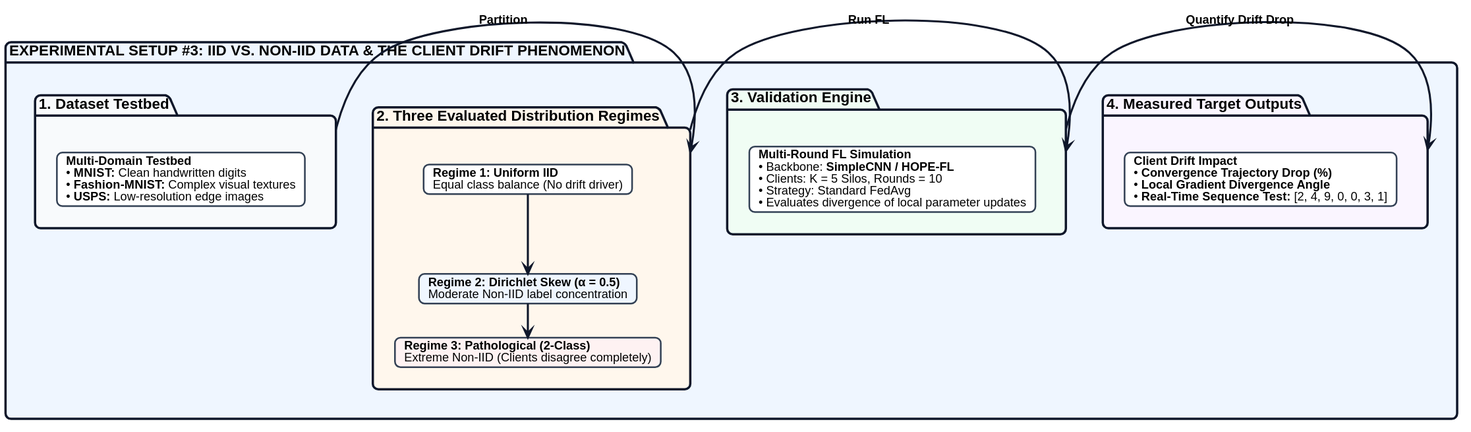
Earlier version of the PlantUML export diagrams/03-system-architecture/slide_presentation/slide_35_setup3_iid_vs_noniid.svg (bernardbdas/research). The source it was exported from:
```plantuml
@startuml
top to bottom direction

skinparam monochrome false
skinparam shadowing false
skinparam roundcorner 12
skinparam defaultFontName "Helvetica"
skinparam defaultFontSize 14
skinparam ranksep 35
skinparam nodesep 25

skinparam package {
    BackgroundColor #FFFFFF
    BorderColor #0F172A
    BorderThickness 2.5
    FontStyle bold
    FontSize 16
}

skinparam card {
    BackgroundColor #FFFFFF
    BorderColor #334155
    BorderThickness 1.8
    FontSize 13
}

skinparam arrow {
    Color #0F172A
    Thickness 2.2
    FontSize 13
    FontStyle bold
}

package "EXPERIMENTAL SETUP #3: IID VS. NON-IID DATA & THE CLIENT DRIFT PHENOMENON" as Setup3 #EFF6FF {

    package "1. Dataset Testbed" as S1 #F8FAFC {
        card "<b>Multi-Domain Testbed</b>\n• <b>MNIST:</b> Clean handwritten digits\n• <b>Fashion-MNIST:</b> Complex visual textures\n• <b>USPS:</b> Low-resolution edge images" as DataCard #FFFFFF
    }

    package "2. Three Evaluated Distribution Regimes" as S2 #FFF7ED {
        card "<b>Regime 1: Uniform IID</b>\nEqual class balance (No drift driver)" as R1 #FFFFFF

        card "<b>Regime 2: Dirichlet Skew (α = 0.5)</b>\nModerate Non-IID label concentration" as R2 #EFF6FF

        card "<b>Regime 3: Pathological (2-Class)</b>\nExtreme Non-IID (Clients disagree completely)" as R3 #FEF2F2

        R1 -down-> R2
        R2 -down-> R3
    }

    package "3. Validation Engine" as S3 #F0FDF4 {
        card "<b>Multi-Round FL Simulation</b>\n• Backbone: <b>SimpleCNN / HOPE-FL</b>\n• Clients: K = 5 Silos, Rounds = 10\n• Strategy: Standard FedAvg\n• Evaluates divergence of local parameter updates" as SimCard #FFFFFF
    }

    package "4. Measured Target Outputs" as S4 #FAF5FF {
        card "<b>Client Drift Impact</b>\n• <b>Convergence Trajectory Drop (%)</b>\n• <b>Local Gradient Divergence Angle</b>\n• <b>Real-Time Sequence Test:</b> [2, 4, 9, 0, 0, 3, 1]" as OutCard #FFFFFF
    }

    S1 -right-> S2 : Partition
    S2 -right-> S3 : Run FL
    S3 -right-> S4 : Quantify Drift Drop
}
@enduml
```
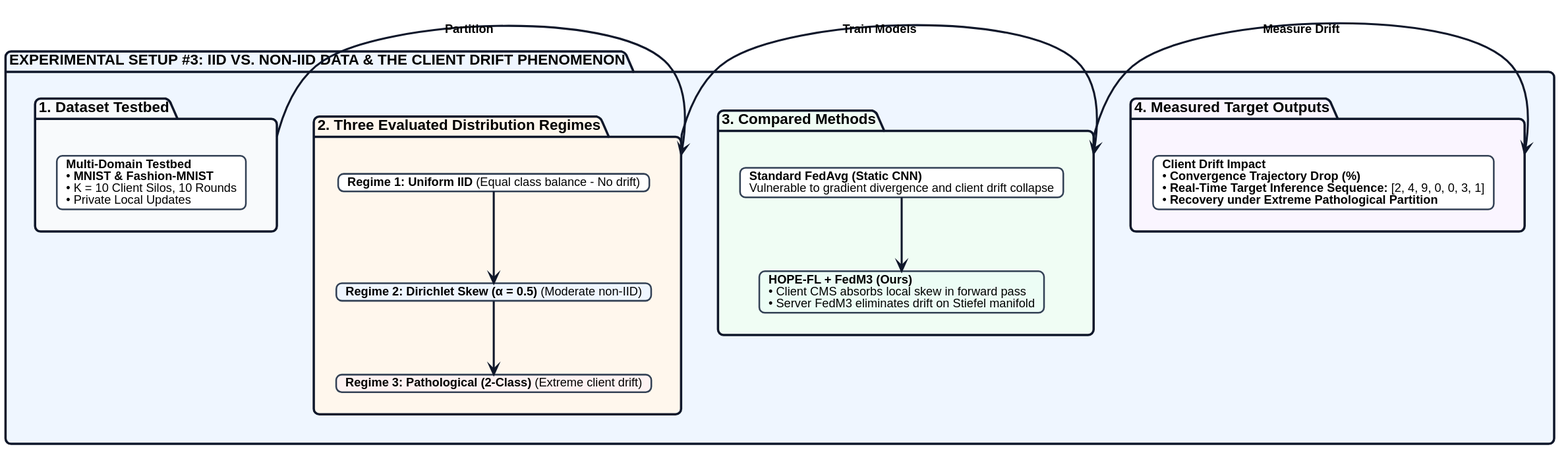
Above is the later version.

The edit, as a diff of the source:
```diff
@@ -34,30 +34,32 @@
 package "EXPERIMENTAL SETUP #3: IID VS. NON-IID DATA & THE CLIENT DRIFT PHENOMENON" as Setup3 #EFF6FF {
 
     package "1. Dataset Testbed" as S1 #F8FAFC {
-        card "<b>Multi-Domain Testbed</b>\n• <b>MNIST:</b> Clean handwritten digits\n• <b>Fashion-MNIST:</b> Complex visual textures\n• <b>USPS:</b> Low-resolution edge images" as DataCard #FFFFFF
+        card "<b>Multi-Domain Testbed</b>\n• <b>MNIST & Fashion-MNIST</b>\n• K = 10 Client Silos, 10 Rounds\n• Private Local Updates" as D1 #FFFFFF
     }
 
     package "2. Three Evaluated Distribution Regimes" as S2 #FFF7ED {
-        card "<b>Regime 1: Uniform IID</b>\nEqual class balance (No drift driver)" as R1 #FFFFFF
-
-        card "<b>Regime 2: Dirichlet Skew (α = 0.5)</b>\nModerate Non-IID label concentration" as R2 #EFF6FF
-
-        card "<b>Regime 3: Pathological (2-Class)</b>\nExtreme Non-IID (Clients disagree completely)" as R3 #FEF2F2
+        card "<b>Regime 1: Uniform IID</b> (Equal class balance - No drift)" as R1 #FFFFFF
+        card "<b>Regime 2: Dirichlet Skew (α = 0.5)</b> (Moderate non-IID)" as R2 #EFF6FF
+        card "<b>Regime 3: Pathological (2-Class)</b> (Extreme client drift)" as R3 #FEF2F2
 
         R1 -down-> R2
         R2 -down-> R3
     }
 
-    package "3. Validation Engine" as S3 #F0FDF4 {
-        card "<b>Multi-Round FL Simulation</b>\n• Backbone: <b>SimpleCNN / HOPE-FL</b>\n• Clients: K = 5 Silos, Rounds = 10\n• Strategy: Standard FedAvg\n• Evaluates divergence of local parameter updates" as SimCard #FFFFFF
+    package "3. Compared Methods" as S3 #F0FDF4 {
+        card "<b>Standard FedAvg (Static CNN)</b>\nVulnerable to gradient divergence and client drift collapse" as M_FedAvg #FFFFFF
+
+        card "<b>HOPE-FL + FedM3 (Ours)</b>\n• Client CMS absorbs local skew in forward pass\n• Server FedM3 eliminates drift on Stiefel manifold" as M_Ours #ECFDF5
+
+        M_FedAvg -down-> M_Ours
     }
 
     package "4. Measured Target Outputs" as S4 #FAF5FF {
-        card "<b>Client Drift Impact</b>\n• <b>Convergence Trajectory Drop (%)</b>\n• <b>Local Gradient Divergence Angle</b>\n• <b>Real-Time Sequence Test:</b> [2, 4, 9, 0, 0, 3, 1]" as OutCard #FFFFFF
+        card "<b>Client Drift Impact</b>\n• <b>Convergence Trajectory Drop (%)</b>\n• <b>Real-Time Target Inference Sequence:</b> [2, 4, 9, 0, 0, 3, 1]\n• <b>Recovery under Extreme Pathological Partition</b>" as D4 #FFFFFF
     }
 
     S1 -right-> S2 : Partition
-    S2 -right-> S3 : Run FL
-    S3 -right-> S4 : Quantify Drift Drop
+    S2 -right-> S3 : Train Models
+    S3 -right-> S4 : Measure Drift
 }
 @enduml
```
